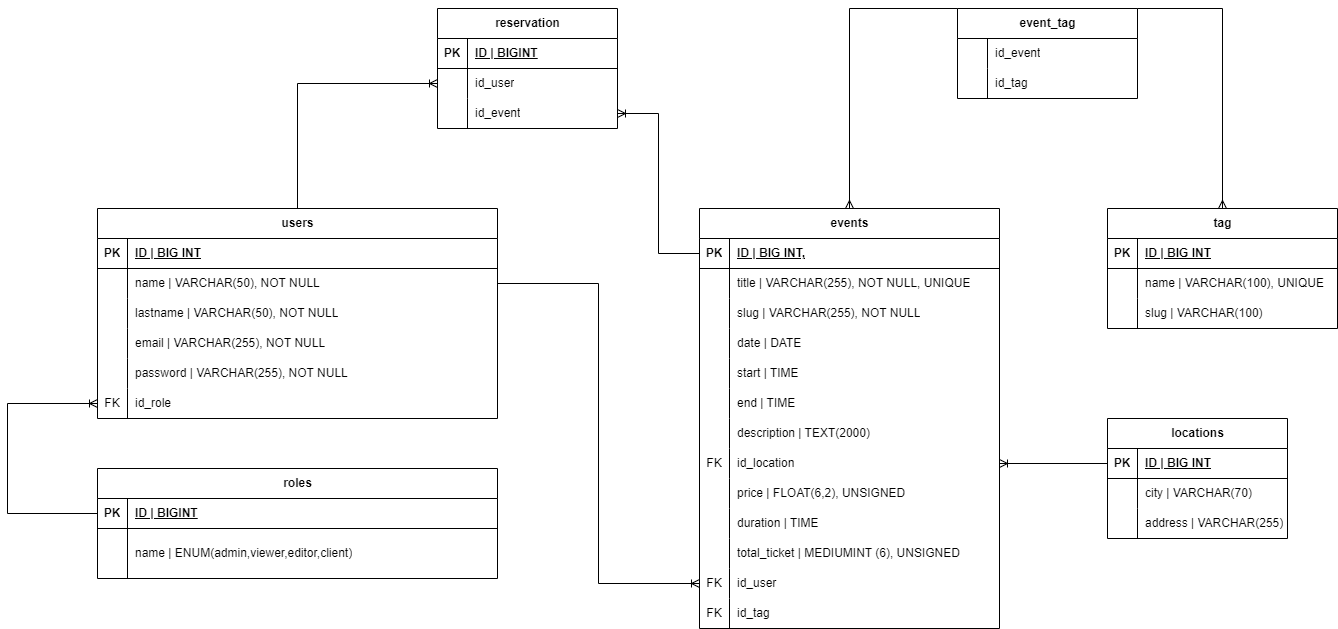
The draw.io diagram er_events.drawio.png in DaniloSalerno/db-gestore-eventi, before a commit. Source tidied: cells renumbered, new cells last; positions are measured from the earlier drawing's top-left corner, leaving out a move shared by most shapes.
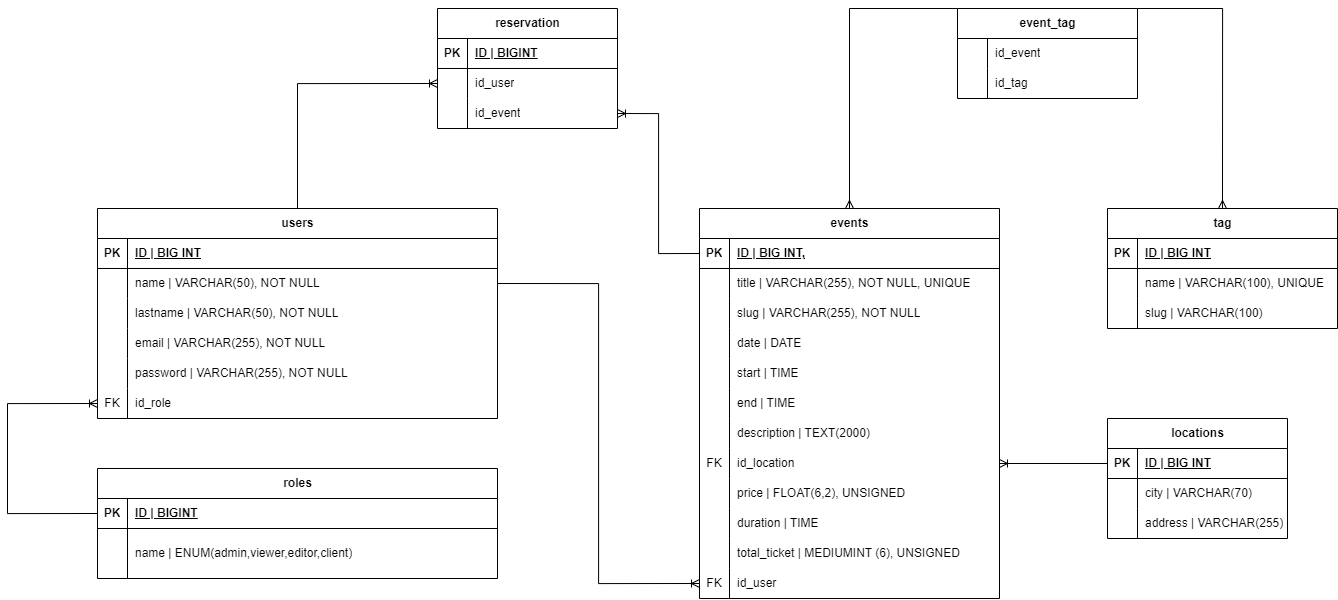
Above is the later version.

The edit, as a diff of the source:
```diff
@@ -3,7 +3,7 @@
     <mxCell id="0" />
     <mxCell id="1" parent="0" />
     <mxCell id="2" value="events" style="shape=table;startSize=30;rowLines=0;fontStyle=1;align=center;html=1;" parent="1" vertex="1">
-      <mxGeometry x="692" y="200" width="300" height="420" as="geometry" />
+      <mxGeometry x="692" y="200" width="300" height="390" as="geometry" />
     </mxCell>
     <mxCell id="3" style="shape=tableRow;horizontal=0;startSize=0;swimlaneHead=0;swimlaneBody=0;fillColor=none;points=[[0,0.5],[1,0.5]];portConstraint=eastwest;top=0;left=0;right=0;bottom=1;" parent="2" vertex="1">
       <mxGeometry y="30" width="300" height="30" as="geometry" />
@@ -113,15 +113,6 @@
     <mxCell id="38" value="id_user&amp;nbsp;" style="shape=partialRectangle;fillColor=none;top=0;left=0;bottom=0;right=0;align=left;spacingLeft=6;overflow=hidden;whiteSpace=wrap;html=1;" parent="36" vertex="1">
       <mxGeometry x="30" width="270" height="30" as="geometry" />
     </mxCell>
-    <mxCell id="39" style="shape=tableRow;horizontal=0;startSize=0;swimlaneHead=0;swimlaneBody=0;fillColor=none;top=0;left=0;right=0;bottom=0;" parent="2" vertex="1">
-      <mxGeometry y="390" width="300" height="30" as="geometry" />
-    </mxCell>
-    <mxCell id="40" value="FK" style="shape=partialRectangle;fillColor=none;top=0;left=0;bottom=0;right=0;overflow=hidden;whiteSpace=wrap;html=1;" parent="39" vertex="1">
-      <mxGeometry width="30" height="30" as="geometry" />
-    </mxCell>
-    <mxCell id="41" value="id_tag" style="shape=partialRectangle;fillColor=none;top=0;left=0;bottom=0;right=0;align=left;spacingLeft=6;overflow=hidden;whiteSpace=wrap;html=1;" parent="39" vertex="1">
-      <mxGeometry x="30" width="270" height="30" as="geometry" />
-    </mxCell>
     <mxCell id="42" value="users" style="shape=table;startSize=30;rowLines=0;fontStyle=1;align=center;html=1;" parent="1" vertex="1">
       <mxGeometry x="90" y="200" width="400" height="210" as="geometry" />
     </mxCell>
```
